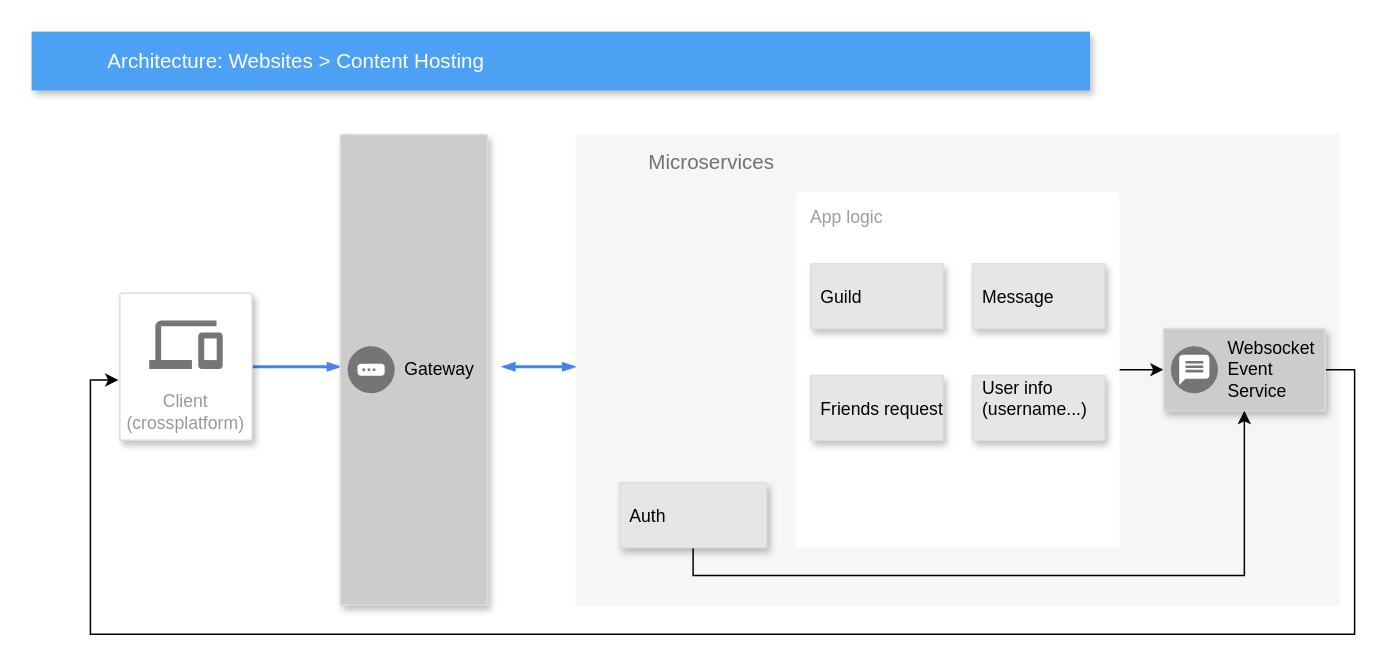
This is Untitled Diagram.drawio from 6346563751/random-stuff, a draw.io file, before an edit. Source tidied: cells renumbered, new cells numbered last; positions are measured from the earlier drawing's top-left corner, leaving out a move shared by most shapes. Both pictures are drawn from the tidied source at 147%, with x=0, y=0 at pixel (31, 31).
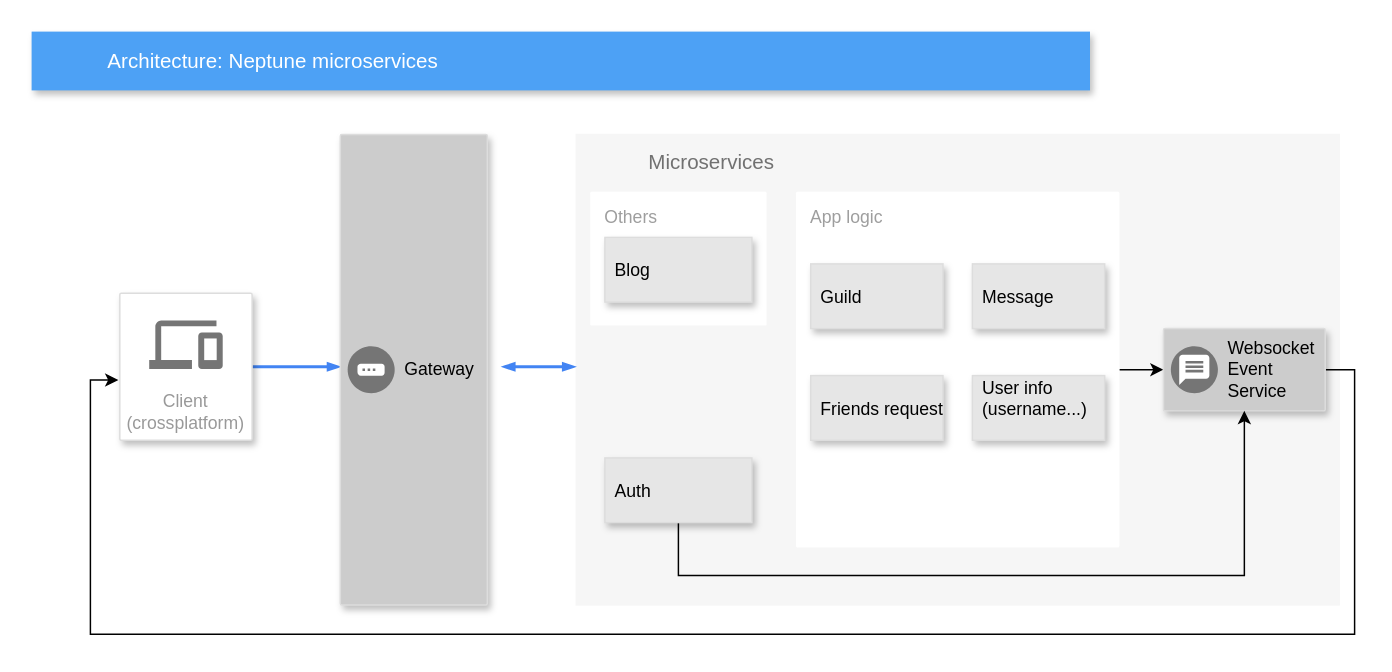
Above is the later version.

Unchanged cells that the change refers to:
```xml
<mxCell id="11" style="strokeColor=#dddddd;shadow=1;strokeWidth=1;rounded=1;absoluteArcSize=1;arcSize=2;fillColor=#CCCCCC;" parent="1" vertex="1">
  <mxGeometry x="770" y="202" width="110" height="56" as="geometry" />
</mxCell>
```

Diff of the diagram source:
```diff
@@
-    <mxCell id="3" value="Architecture: Websites &amp;gt; Content Hosting" style="fillColor=#4DA1F5;strokeColor=none;shadow=1;gradientColor=none;fontSize=14;align=left;spacingLeft=50;fontColor=#ffffff;html=1;" parent="1" vertex="1">
+    <mxCell id="3" value="Architecture: Neptune microservices" style="fillColor=#4DA1F5;strokeColor=none;shadow=1;gradientColor=none;fontSize=14;align=left;spacingLeft=50;fontColor=#ffffff;html=1;" parent="1" vertex="1">
       <mxGeometry width="720" height="40" as="geometry" />
     </mxCell>
@@
     <mxCell id="19" style="edgeStyle=orthogonalEdgeStyle;rounded=0;jettySize=auto;html=1;entryX=0.5;entryY=1;entryDx=0;entryDy=0;" parent="1" edge="1" source="20" target="11">
       <mxGeometry relative="1" as="geometry">
         <Array as="points">
-          <mxPoint x="450" y="370" />
+          <mxPoint x="440" y="370" />
           <mxPoint x="825" y="370" />
         </Array>
       </mxGeometry>
     </mxCell>
     <mxCell id="20" value="Auth" style="dashed=0;strokeColor=#dddddd;shadow=1;strokeWidth=1;labelPosition=center;verticalLabelPosition=middle;align=left;verticalAlign=middle;spacingLeft=5;fontSize=12;fillColor=#E6E6E6;" parent="1" vertex="1">
-      <mxGeometry x="400" y="307" width="100" height="44" as="geometry" />
+      <mxGeometry x="390" y="290" width="100" height="44" as="geometry" />
     </mxCell>
+    <mxCell id="21" value="Others" style="rounded=1;absoluteArcSize=1;arcSize=2;html=1;strokeColor=none;gradientColor=none;shadow=0;dashed=0;fontSize=12;fontColor=#9E9E9E;align=left;verticalAlign=top;spacing=10;spacingTop=-4;" parent="1" vertex="1">
+      <mxGeometry x="380" y="109" width="120" height="91" as="geometry" />
+    </mxCell>
+    <mxCell id="22" value="Blog" style="dashed=0;strokeColor=#dddddd;shadow=1;strokeWidth=1;labelPosition=center;verticalLabelPosition=middle;align=left;verticalAlign=middle;spacingLeft=5;fontSize=12;fillColor=#E6E6E6;" parent="1" vertex="1">
+      <mxGeometry x="390" y="140" width="100" height="44" as="geometry" />
+    </mxCell>
```
